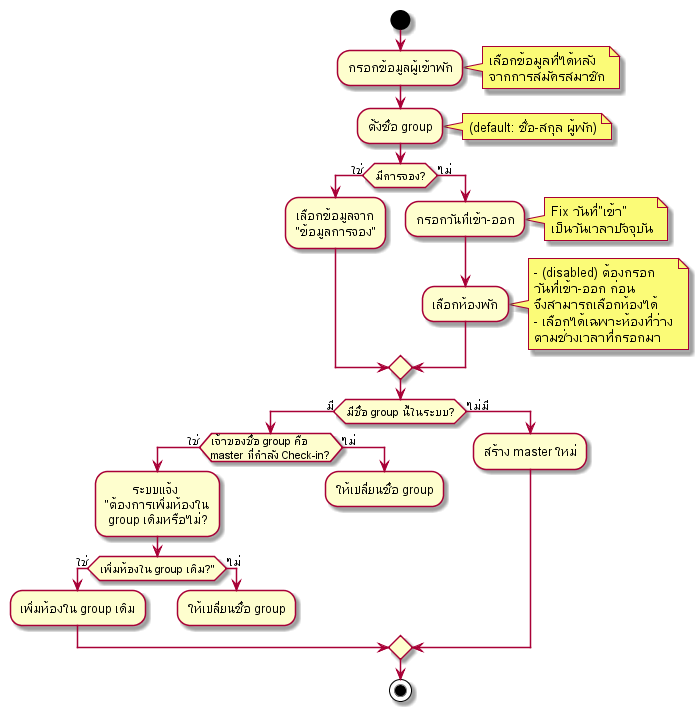
This is out/activity-diagram/Check-in/Check-in/Check-in.png from cheat13/Prompiman_Diagram, a PlantUML export, as it was before one commit.
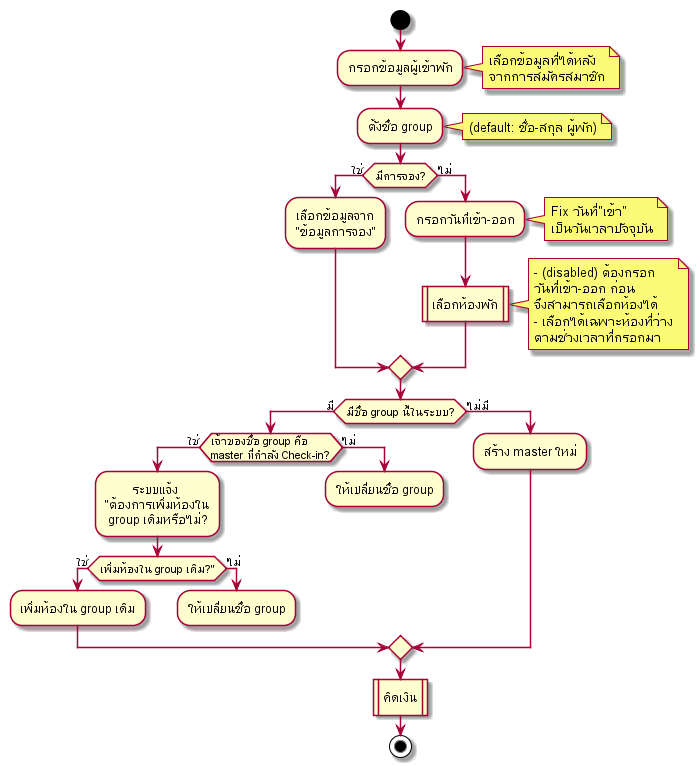
After the commit.

Change to the diagram source:
```diff
@@ -19,7 +19,7 @@
         เป็นวันเวลาปัจจุบัน
     endnote
 
-    :เลือกห้องพัก;
+    :เลือกห้องพัก|
     note right
         - (disabled) ต้องกรอก
         วันที่เข้า-ออก ก่อน
@@ -47,5 +47,7 @@
     :สร้าง master ใหม่;
 endif
 
+:คิดเงิน|
+
 stop
 @enduml
```
